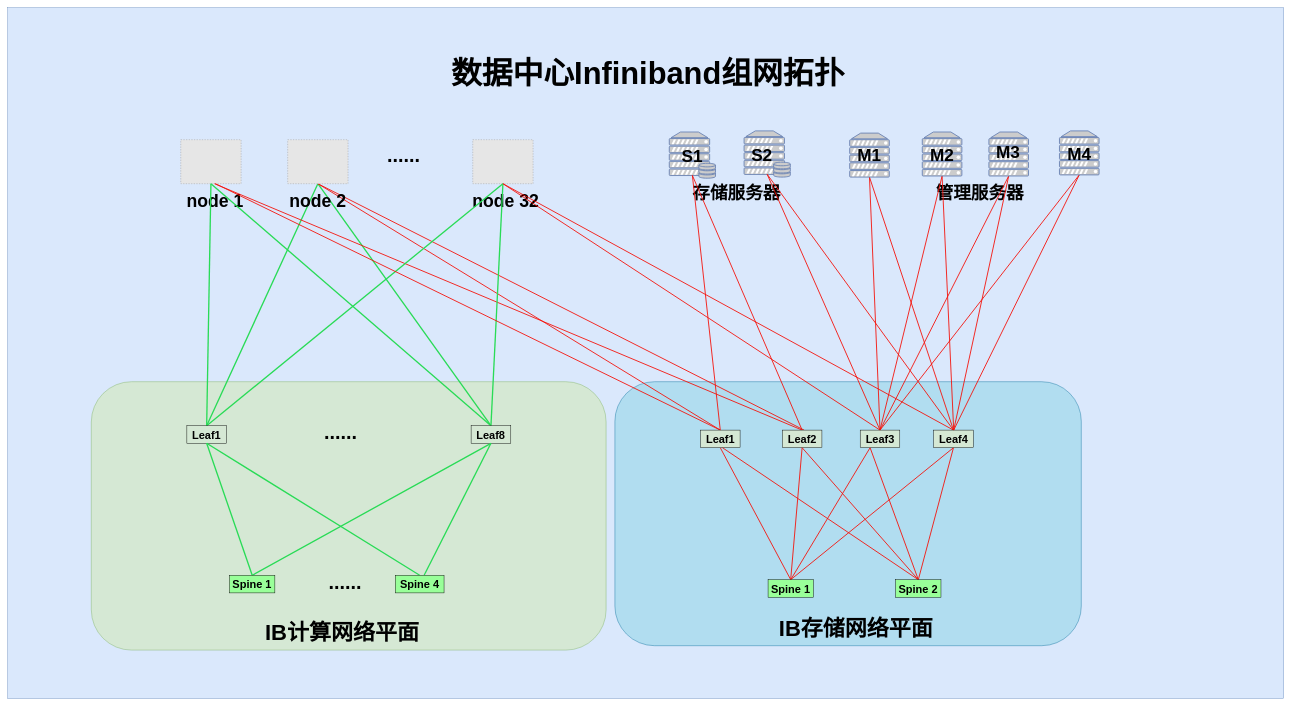
Above: fuzhou数据中心组网-32nodes-IB组网V1.0-0101.drawio in hel-2000/network-draw (draw.io), before the change. Source tidied: cells renumbered, new cells numbered last; positions are measured from the earlier drawing's top-left corner, leaving out a move shared by most shapes. Both pictures are drawn from the tidied source at 44%, with x=0, y=0 at pixel (7, 7). Pictures stored in the file or linked from it are replaced by grey dashed boxes.
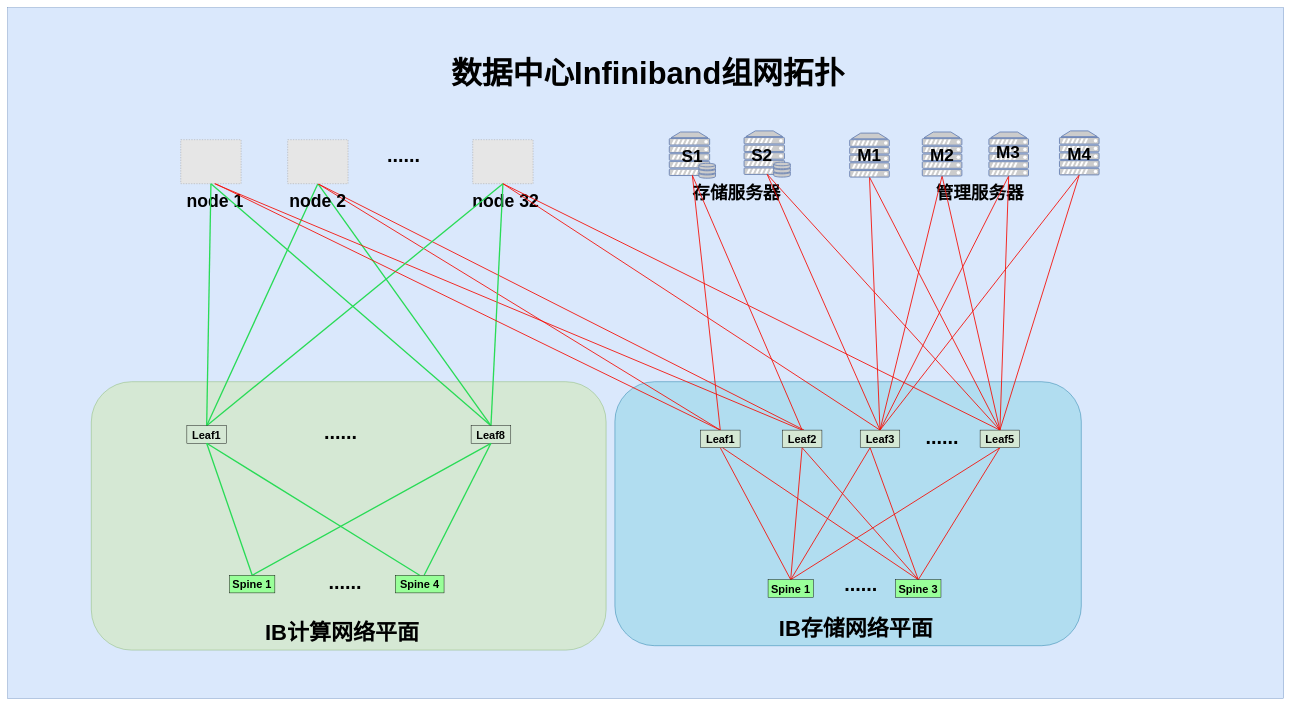
The same diagram, later.

Commit message:
更新fuzhou数据中心组网-32nodes-IB组网V1.0-0101.drawio

The change refers to these unchanged cells:
```xml
<mxCell id="13" style="fontColor=#0066CC;verticalAlign=top;verticalLabelPosition=bottom;labelPosition=center;align=center;html=1;outlineConnect=0;fillColor=#CCCCCC;strokeColor=#6881B3;gradientColor=none;gradientDirection=north;strokeWidth=2;shape=mxgraph.networks.server;" parent="1" vertex="1">
  <mxGeometry x="2390.4" y="280" width="90" height="100" as="geometry" />
</mxCell>
<mxCell id="68" style="fontColor=#0066CC;verticalAlign=top;verticalLabelPosition=bottom;labelPosition=center;align=center;html=1;outlineConnect=0;fillColor=#CCCCCC;strokeColor=#6881B3;gradientColor=none;gradientDirection=north;strokeWidth=2;shape=mxgraph.networks.server;" parent="1" vertex="1">
  <mxGeometry x="2078.6" y="282.5" width="90" height="100" as="geometry" />
</mxCell>
<mxCell id="71" style="fontColor=#0066CC;verticalAlign=top;verticalLabelPosition=bottom;labelPosition=center;align=center;html=1;outlineConnect=0;fillColor=#CCCCCC;strokeColor=#6881B3;gradientColor=none;gradientDirection=north;strokeWidth=2;shape=mxgraph.networks.server;" parent="1" vertex="1">
  <mxGeometry x="2230" y="282.5" width="90" height="100" as="geometry" />
</mxCell>
```

What changed in the source:
```diff
@@
-    <mxCell id="12" style="rounded=0;jettySize=auto;html=1;exitX=0.5;exitY=1;exitDx=0;exitDy=0;exitPerimeter=0;endArrow=none;strokeColor=#f5120a;fillColor=#f8cecc;strokeWidth=2;endFill=0;" parent="1" edge="1" source="13">
-      <mxGeometry relative="1" as="geometry">
-        <mxPoint x="2150" y="960" as="targetPoint" />
-      </mxGeometry>
+    <mxCell id="12" style="rounded=0;jettySize=auto;html=1;exitX=0.5;exitY=1;exitDx=0;exitDy=0;exitPerimeter=0;endArrow=none;strokeColor=#f5120a;fillColor=#f8cecc;strokeWidth=2;endFill=0;entryX=0.5;entryY=0;entryDx=0;entryDy=0;" parent="1" edge="1" source="13" target="61">
+      <mxGeometry relative="1" as="geometry" />
     </mxCell>
@@
-    <mxCell id="56" value="&lt;b&gt;&lt;font style=&quot;font-size: 25px;&quot;&gt;Spine 2&lt;/font&gt;&lt;/b&gt;" style="rounded=0;whiteSpace=wrap;html=1;fillColor=#99FF99;" parent="1" vertex="1">
+    <mxCell id="56" value="&lt;b&gt;&lt;font style=&quot;font-size: 25px;&quot;&gt;Spine 3&lt;/font&gt;&lt;/b&gt;" style="rounded=0;whiteSpace=wrap;html=1;fillColor=#99FF99;" parent="1" vertex="1">
       <mxGeometry x="2018.1" y="1300" width="103" height="40" as="geometry" />
     </mxCell>
@@
-    <mxCell id="61" value="&lt;b&gt;&lt;font style=&quot;font-size: 25px;&quot;&gt;Leaf4&lt;/font&gt;&lt;/b&gt;" style="rounded=0;whiteSpace=wrap;html=1;fillColor=#D5E8D4;" parent="1" vertex="1">
-      <mxGeometry x="2104.5" y="960" width="90" height="40" as="geometry" />
+    <mxCell id="61" value="&lt;b&gt;&lt;font style=&quot;font-size: 25px;&quot;&gt;Leaf5&lt;/font&gt;&lt;/b&gt;" style="rounded=0;whiteSpace=wrap;html=1;fillColor=#D5E8D4;" parent="1" vertex="1">
+      <mxGeometry x="2210" y="960" width="90" height="40" as="geometry" />
     </mxCell>
@@
-    <mxCell id="67" style="rounded=0;jettySize=auto;html=1;exitX=0.5;exitY=1;exitDx=0;exitDy=0;exitPerimeter=0;endArrow=none;strokeColor=#f5120a;fillColor=#f8cecc;strokeWidth=2;endFill=0;" parent="1" edge="1" source="68">
-      <mxGeometry relative="1" as="geometry">
-        <mxPoint x="2150" y="960" as="targetPoint" />
-      </mxGeometry>
+    <mxCell id="67" style="rounded=0;jettySize=auto;html=1;exitX=0.5;exitY=1;exitDx=0;exitDy=0;exitPerimeter=0;endArrow=none;strokeColor=#f5120a;fillColor=#f8cecc;strokeWidth=2;endFill=0;entryX=0.5;entryY=0;entryDx=0;entryDy=0;" parent="1" edge="1" source="68" target="61">
+      <mxGeometry relative="1" as="geometry" />
     </mxCell>
@@
-    <mxCell id="70" style="rounded=0;jettySize=auto;html=1;exitX=0.5;exitY=1;exitDx=0;exitDy=0;exitPerimeter=0;endArrow=none;strokeColor=#f5120a;fillColor=#f8cecc;strokeWidth=2;endFill=0;" parent="1" edge="1" source="71">
-      <mxGeometry relative="1" as="geometry">
-        <mxPoint x="2150" y="960" as="targetPoint" />
-      </mxGeometry>
+    <mxCell id="70" style="rounded=0;jettySize=auto;html=1;exitX=0.5;exitY=1;exitDx=0;exitDy=0;exitPerimeter=0;endArrow=none;strokeColor=#f5120a;fillColor=#f8cecc;strokeWidth=2;endFill=0;entryX=0.5;entryY=0;entryDx=0;entryDy=0;" parent="1" edge="1" source="71" target="61">
+      <mxGeometry relative="1" as="geometry" />
     </mxCell>
@@
+    <mxCell id="79" value="&lt;font size=&quot;1&quot; style=&quot;&quot;&gt;&lt;b style=&quot;font-size: 45px;&quot;&gt;...&lt;/b&gt;&lt;/font&gt;&lt;b style=&quot;border-color: var(--border-color); font-size: 45px;&quot;&gt;...&lt;/b&gt;" style="text;strokeColor=none;align=center;fillColor=none;html=1;verticalAlign=middle;whiteSpace=wrap;rounded=0;" parent="1" vertex="1">
+      <mxGeometry x="1879.1" y="1295" width="120" height="30" as="geometry" />
+    </mxCell>
+    <mxCell id="80" value="&lt;font size=&quot;1&quot; style=&quot;&quot;&gt;&lt;b style=&quot;font-size: 45px;&quot;&gt;...&lt;/b&gt;&lt;/font&gt;&lt;b style=&quot;border-color: var(--border-color); font-size: 45px;&quot;&gt;...&lt;/b&gt;" style="text;strokeColor=none;align=center;fillColor=none;html=1;verticalAlign=middle;whiteSpace=wrap;rounded=0;" parent="1" vertex="1">
+      <mxGeometry x="2063.6" y="960" width="120" height="30" as="geometry" />
+    </mxCell>
```
